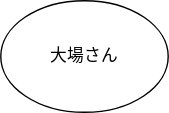
This is 名称未設定ファイル.drawio.svg from alice7mm/my-practice, a draw.io export, as it was before one commit. Source tidied: cells renumbered, new cells last; positions are measured from the earlier drawing's top-left corner, leaving out a move shared by most shapes. Its diagram source:
```xml
<mxGraphModel>
  <root>
    <mxCell id="0" />
    <mxCell id="1" parent="0" />
    <mxCell id="2" value="大場さん" style="ellipse;whiteSpace=wrap;html=1;" parent="1" vertex="1">
      <mxGeometry width="120" height="80" as="geometry" />
    </mxCell>
  </root>
</mxGraphModel>
```
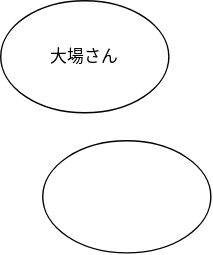
After the commit.

Commit message:
おおば名称未設定ファイル.drawio.svg を更新します

The edit, as a diff of the source:
```diff
@@ -5,5 +5,8 @@
     <mxCell id="2" value="大場さん" style="ellipse;whiteSpace=wrap;html=1;" parent="1" vertex="1">
       <mxGeometry width="120" height="80" as="geometry" />
     </mxCell>
+    <mxCell id="3" style="ellipse;whiteSpace=wrap;html=1;" parent="1" vertex="1">
+      <mxGeometry x="30" y="100" width="120" height="80" as="geometry" />
+    </mxCell>
   </root>
 </mxGraphModel>
```
